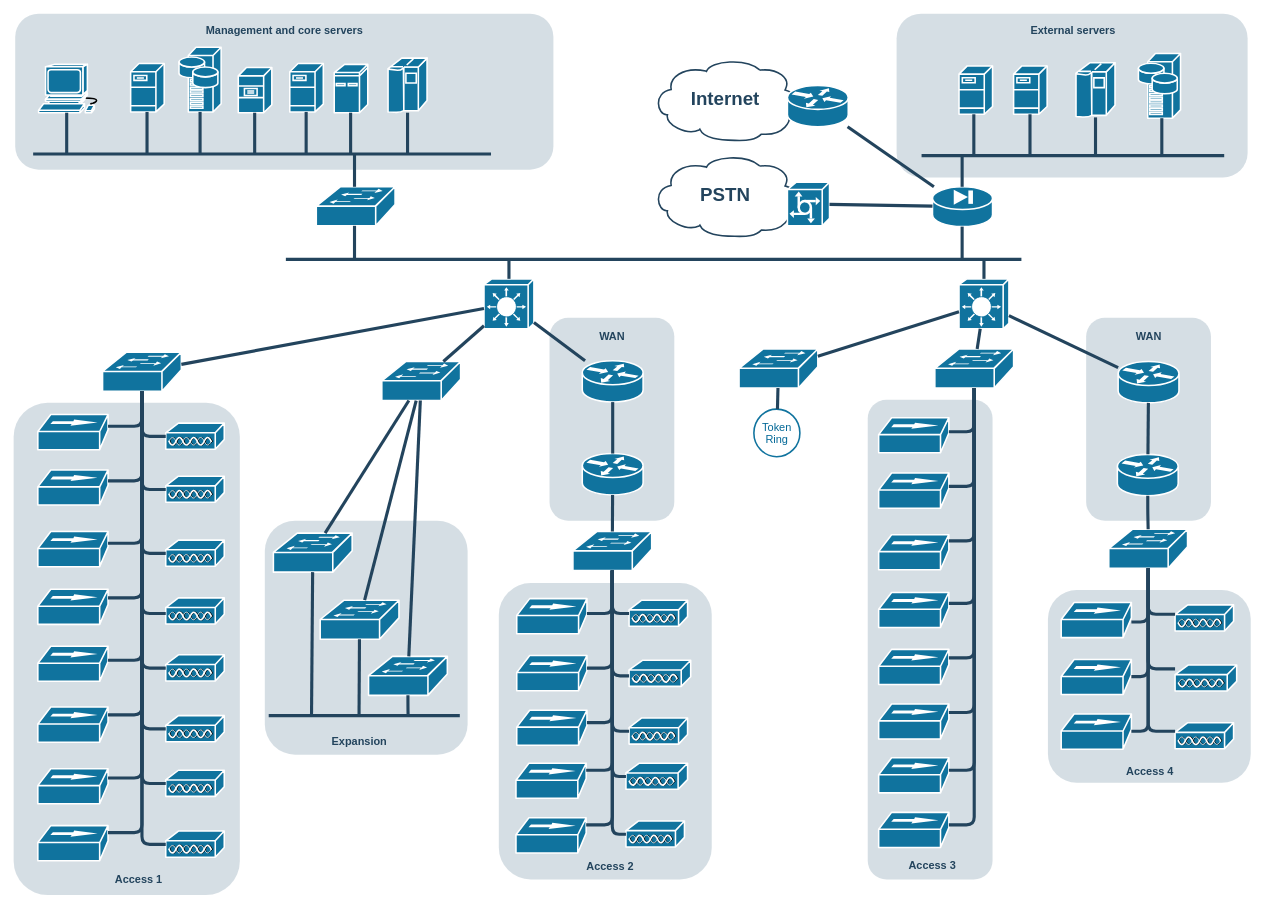
Above: Proyecto_Social.drawio in jrivasromi/Proto_Network (draw.io), before the change. Source tidied: cells renumbered, new cells numbered last; positions are measured from the earlier drawing's top-left corner, leaving out a move shared by most shapes. Both pictures are drawn from the tidied source at 78%, with x=0, y=0 at pixel (13, 13).
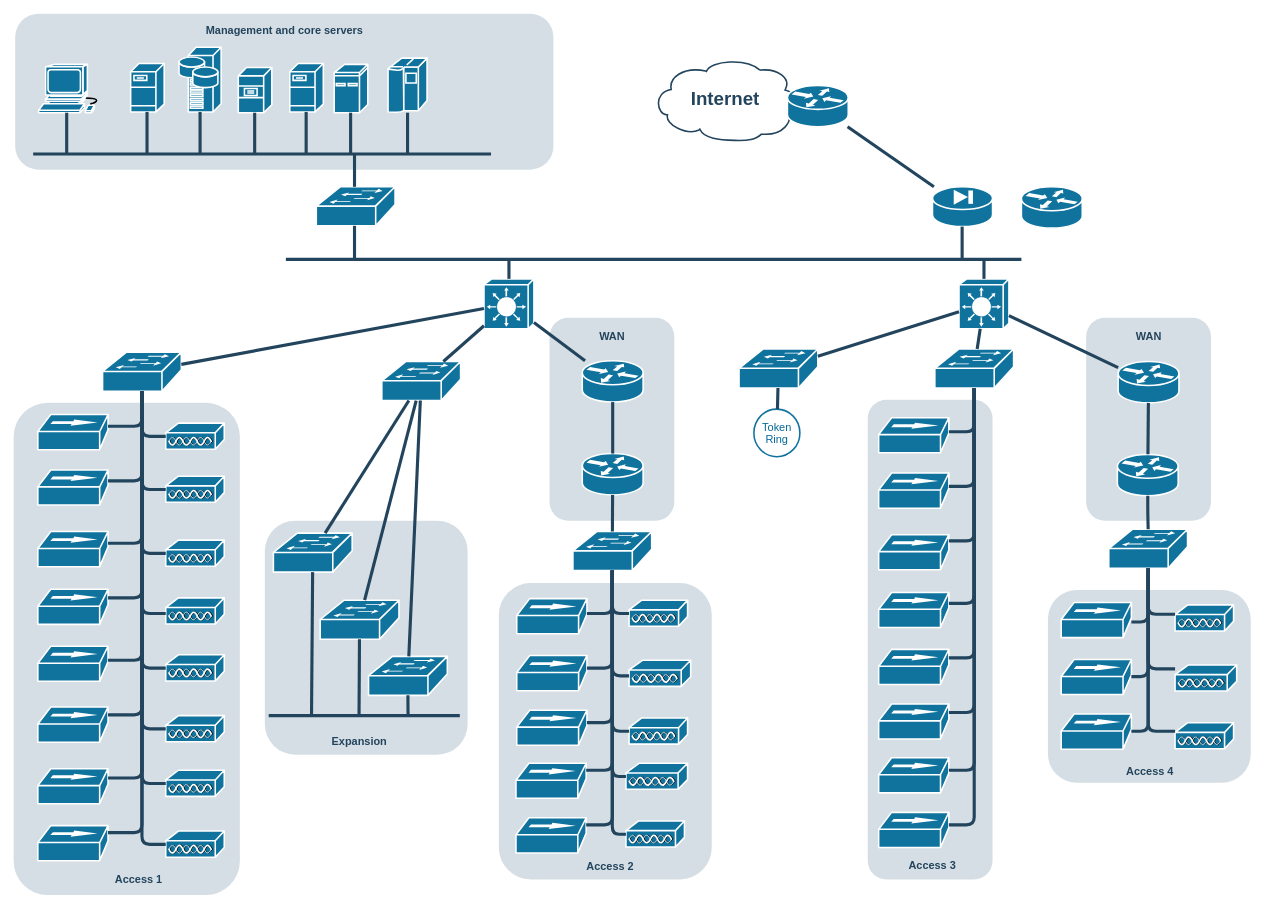
The same page after the edit.

The change refers to these unchanged cells:
```xml
<mxCell id="24" style="shape=mxgraph.cisco.security.pix_firewall;html=1;dashed=0;fillColor=#10739E;strokeColor=#ffffff;strokeWidth=2;verticalLabelPosition=bottom;verticalAlign=top;fontFamily=Helvetica;fontSize=36;fontColor=#FFB366;" parent="1" vertex="1">
  <mxGeometry x="1178" y="222" width="77" height="51" as="geometry" />
</mxCell>
```

Diff of the diagram source:
```diff
@@
-    <mxCell id="10" style="rounded=1;whiteSpace=wrap;html=1;strokeColor=none;fillColor=#BAC8D3;fontSize=24;fontColor=#23445D;align=center;opacity=60;" parent="1" vertex="1">
-      <mxGeometry x="1132" width="450" height="210" as="geometry" />
-    </mxCell>
@@
-    <mxCell id="19" style="shape=mxgraph.cisco.servers.fileserver;html=1;dashed=0;fillColor=#10739E;strokeColor=#ffffff;strokeWidth=2;verticalLabelPosition=bottom;verticalAlign=top;fontFamily=Helvetica;fontSize=36;fontColor=#FFB366;" parent="1" vertex="1">
-      <mxGeometry x="1212" y="67" width="43" height="62" as="geometry" />
-    </mxCell>
-    <mxCell id="20" style="shape=mxgraph.cisco.servers.fileserver;html=1;dashed=0;fillColor=#10739E;strokeColor=#ffffff;strokeWidth=2;verticalLabelPosition=bottom;verticalAlign=top;fontFamily=Helvetica;fontSize=36;fontColor=#FFB366;" parent="1" vertex="1">
-      <mxGeometry x="1282" y="67" width="43" height="62" as="geometry" />
-    </mxCell>
-    <mxCell id="21" style="shape=mxgraph.cisco.computers_and_peripherals.ibm_mainframe;html=1;dashed=0;fillColor=#10739E;strokeColor=#ffffff;strokeWidth=2;verticalLabelPosition=bottom;verticalAlign=top;fontFamily=Helvetica;fontSize=36;fontColor=#FFB366;" parent="1" vertex="1">
-      <mxGeometry x="1362" y="63" width="50" height="70" as="geometry" />
-    </mxCell>
-    <mxCell id="22" style="shape=mxgraph.cisco.servers.storage_server;html=1;dashed=0;fillColor=#10739E;strokeColor=#ffffff;strokeWidth=2;verticalLabelPosition=bottom;verticalAlign=top;fontFamily=Helvetica;fontSize=36;fontColor=#FFB366;" parent="1" vertex="1">
-      <mxGeometry x="1442" y="51" width="54" height="83" as="geometry" />
-    </mxCell>
@@
-    <mxCell id="26" value="PSTN" style="shape=mxgraph.cisco.storage.cloud;html=1;dashed=0;strokeColor=#23445D;fillColor=#ffffff;strokeWidth=2;fontFamily=Helvetica;fontSize=24;fontColor=#23445D;fontStyle=1;" parent="1" vertex="1">
-      <mxGeometry x="819" y="180" width="186" height="106" as="geometry" />
-    </mxCell>
-    <mxCell id="27" style="shape=mxgraph.cisco.servers.communications_server;html=1;dashed=0;fillColor=#10739E;strokeColor=#ffffff;strokeWidth=2;verticalLabelPosition=bottom;verticalAlign=top;fontFamily=Helvetica;fontSize=36;fontColor=#FFB366;" parent="1" vertex="1">
-      <mxGeometry x="992" y="216" width="54" height="56" as="geometry" />
-    </mxCell>
@@
-    <mxCell id="69" style="line;html=1;strokeColor=#23445D;" parent="1" vertex="1">
-      <mxGeometry x="1164" y="177" width="388" height="10" as="geometry" />
-    </mxCell>
@@
-    <mxCell id="80" style="edgeStyle=elbowEdgeStyle;elbow=horizontal;endArrow=none;html=1;strokeColor=#23445D;endFill=0;strokeWidth=4;rounded=1;" parent="1" edge="1" source="19">
-      <mxGeometry relative="1" as="geometry">
-        <mxPoint x="1231.3" y="182.1" as="targetPoint" />
-      </mxGeometry>
-    </mxCell>
-    <mxCell id="81" style="edgeStyle=elbowEdgeStyle;elbow=horizontal;endArrow=none;html=1;strokeColor=#23445D;endFill=0;strokeWidth=4;rounded=1;" parent="1" edge="1" source="20">
-      <mxGeometry relative="1" as="geometry">
-        <mxPoint x="1303.3" y="182.1" as="targetPoint" />
-      </mxGeometry>
-    </mxCell>
-    <mxCell id="82" style="edgeStyle=elbowEdgeStyle;elbow=horizontal;endArrow=none;html=1;strokeColor=#23445D;endFill=0;strokeWidth=4;rounded=1;" parent="1" edge="1" source="21">
-      <mxGeometry relative="1" as="geometry">
-        <mxPoint x="1387.3" y="182.1" as="targetPoint" />
-      </mxGeometry>
-    </mxCell>
-    <mxCell id="83" style="edgeStyle=elbowEdgeStyle;elbow=horizontal;endArrow=none;html=1;strokeColor=#23445D;endFill=0;strokeWidth=4;rounded=1;" parent="1" edge="1" source="22">
-      <mxGeometry relative="1" as="geometry">
-        <mxPoint x="1472.3" y="182.1" as="targetPoint" />
-      </mxGeometry>
-    </mxCell>
-    <mxCell id="84" style="edgeStyle=elbowEdgeStyle;elbow=horizontal;endArrow=none;html=1;strokeColor=#23445D;endFill=0;strokeWidth=4;rounded=1;" parent="1" edge="1" target="24">
-      <mxGeometry relative="1" as="geometry">
-        <mxPoint x="1216" y="182" as="sourcePoint" />
-      </mxGeometry>
-    </mxCell>
@@
-    <mxCell id="87" style="elbow=horizontal;endArrow=none;html=1;strokeColor=#23445D;endFill=0;strokeWidth=4;rounded=1;" parent="1" edge="1" source="24" target="27">
-      <mxGeometry relative="1" as="geometry" />
-    </mxCell>
@@
-    <mxCell id="143" value="&lt;font color=&quot;#23445d&quot;&gt;External servers&lt;/font&gt;" style="rounded=1;whiteSpace=wrap;html=1;strokeColor=none;fillColor=none;fontSize=14;fontColor=#742B21;align=center;fontStyle=1;" parent="1" vertex="1">
-      <mxGeometry x="1287" y="12" width="143" height="19" as="geometry" />
-    </mxCell>
@@
+    <mxCell id="174" style="shape=mxgraph.cisco.routers.router;html=1;dashed=0;fillColor=#10739E;strokeColor=#ffffff;strokeWidth=2;verticalLabelPosition=bottom;verticalAlign=top;fontFamily=Helvetica;fontSize=36;fontColor=#FFB366;" parent="1" vertex="1">
+      <mxGeometry x="1292" y="222" width="78" height="53" as="geometry" />
+    </mxCell>
```
